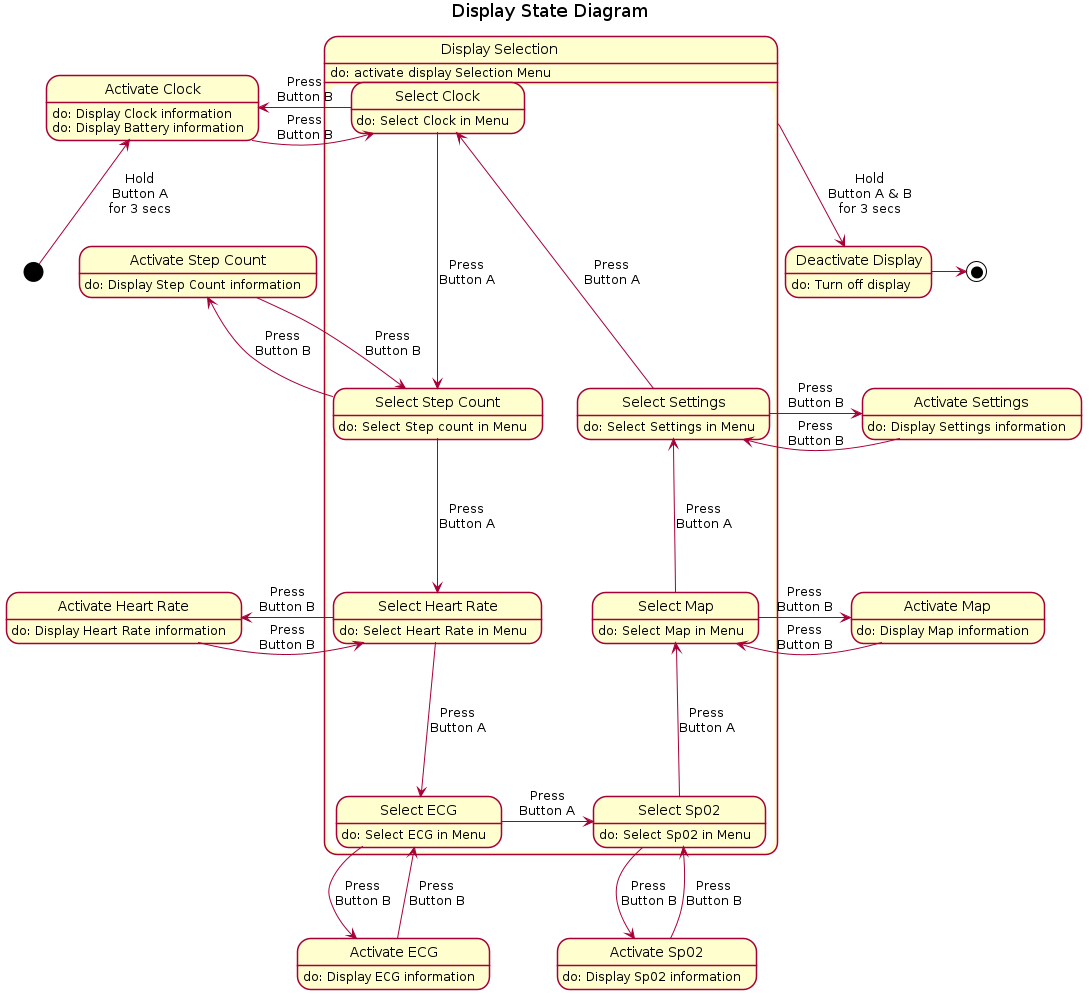
Above: uml/state_diagrams/display.png in markroche92/sw-eng-smart-watch (PlantUML), before the change.
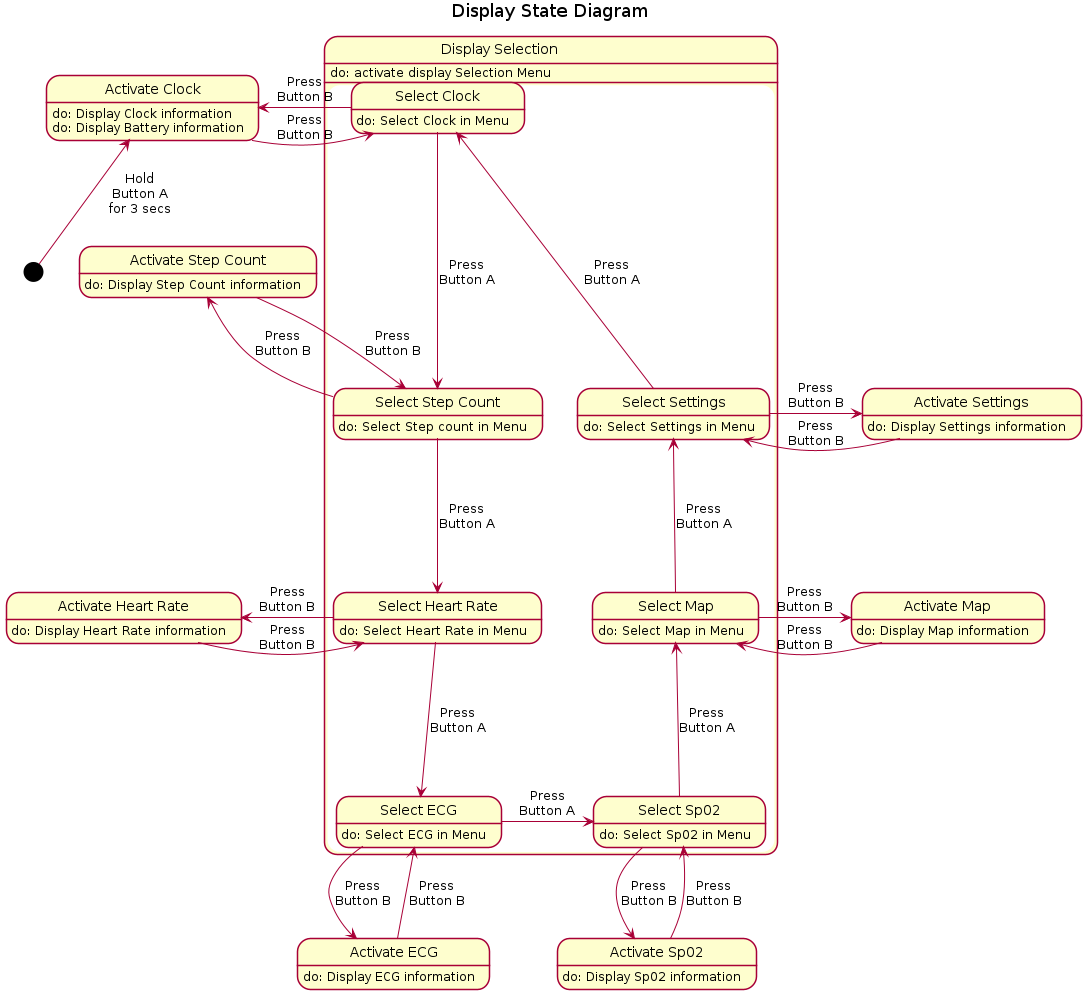
Above is the later version.

Commit message:
Remove A+B powerdows from display diagram

Change to the diagram source:
```diff
@@ -11,7 +11,6 @@
 state "Activate Sp02" as Asp : do: Display Sp02 information
 state "Activate Map" as Am : do: Display Map information
 state "Activate Settings" as As : do: Display Settings information
-state "Deactivate Display" as Dd : do: Turn off display
 
 state "Display Selection" as Dms{
 
@@ -52,7 +51,5 @@
 Am -left-> Sm : Press\nButton B
 As -left-> Ss : Press\nButton B
 
-Dms --> Dd : Hold\nButton A & B\nfor 3 secs
-Dd -> [*]
 
 @enduml
```
